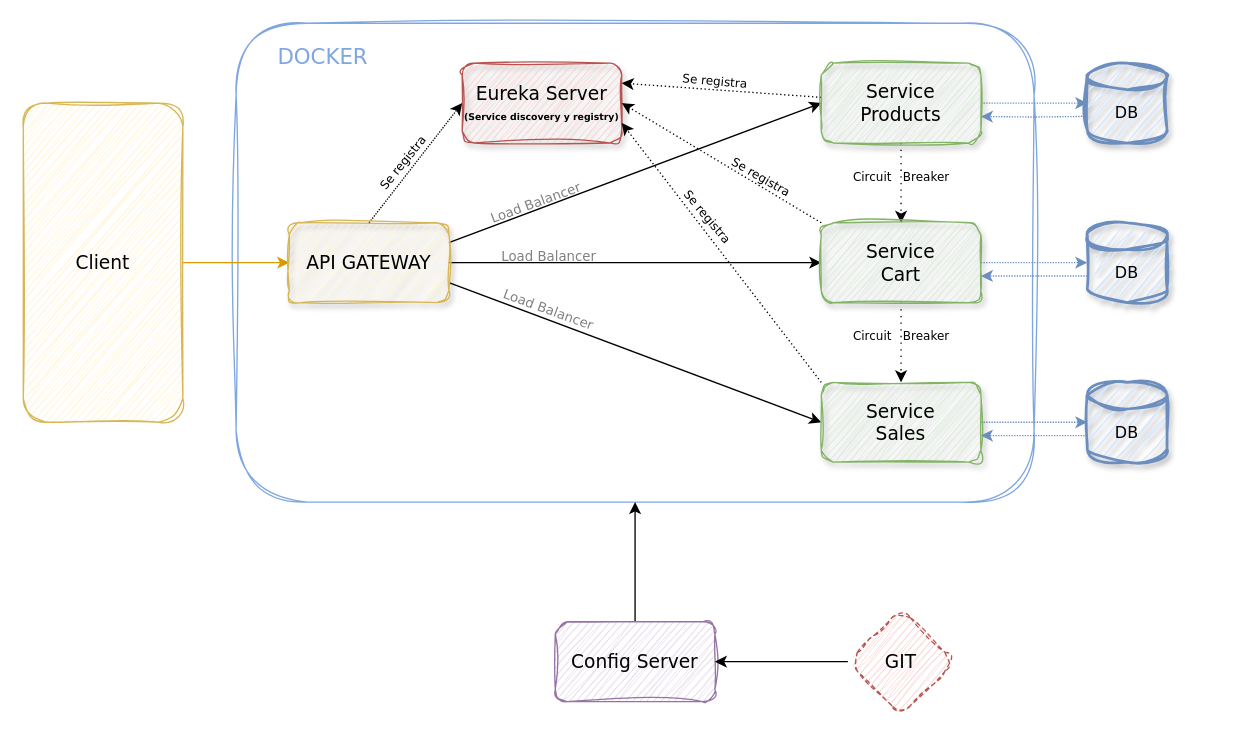
Mondati/API-Tienda-Electronica keeps this draw.io diagram as Diagrama.drawio. Above is the earlier version. Source tidied: cells renumbered, new cells numbered last; positions are measured from the earlier drawing's top-left corner, leaving out a move shared by most shapes. Both pictures are drawn from the tidied source at 133%, with x=0, y=0 at pixel (23, 23).
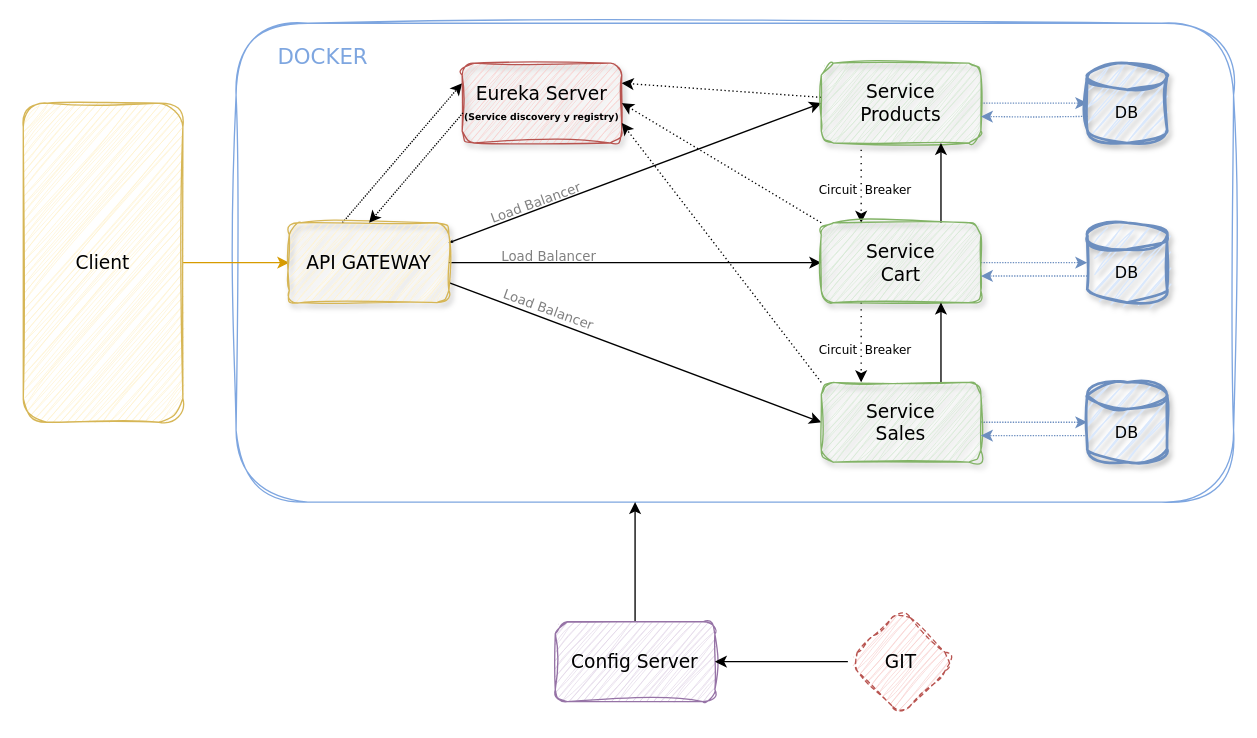
The same diagram, later.

Unchanged cells that the change refers to:
```xml
<mxCell id="9" value="&lt;font face=&quot;Verdana&quot; style=&quot;font-size: 14px;&quot;&gt;API GATEWAY&lt;/font&gt;" style="rounded=1;whiteSpace=wrap;html=1;fillColor=#fff2cc;strokeColor=#d6b656;shadow=1;sketch=1;curveFitting=1;jiggle=2;fillOpacity=100;" parent="1" vertex="1">
  <mxGeometry x="200" y="150" width="120" height="60" as="geometry" />
</mxCell>
<mxCell id="10" value="&lt;font face=&quot;Verdana&quot; style=&quot;&quot;&gt;&lt;span style=&quot;font-size: 14px;&quot;&gt;Eureka Server&lt;/span&gt;&lt;br&gt;&lt;font style=&quot;font-size: 7px;&quot;&gt;&lt;b&gt;(Service discovery y registry)&lt;/b&gt;&lt;/font&gt;&lt;br&gt;&lt;/font&gt;" style="rounded=1;whiteSpace=wrap;html=1;fillColor=#f8cecc;strokeColor=#b85450;shadow=1;sketch=1;curveFitting=1;jiggle=2;fillOpacity=100;" parent="1" vertex="1">
  <mxGeometry x="330" y="30" width="120" height="60" as="geometry" />
</mxCell>
<mxCell id="14" value="&lt;font face=&quot;Verdana&quot; style=&quot;font-size: 14px;&quot;&gt;Service&lt;br&gt;Products&lt;br&gt;&lt;/font&gt;" style="rounded=1;whiteSpace=wrap;html=1;fillColor=#d5e8d4;strokeColor=#82b366;shadow=1;sketch=1;curveFitting=1;jiggle=2;fillOpacity=100;" parent="1" vertex="1">
  <mxGeometry x="600" y="30" width="120" height="60" as="geometry" />
</mxCell>
<mxCell id="18" value="&lt;font face=&quot;Verdana&quot; style=&quot;font-size: 14px;&quot;&gt;Service&lt;br&gt;Cart&lt;br&gt;&lt;/font&gt;" style="rounded=1;whiteSpace=wrap;html=1;fillColor=#d5e8d4;strokeColor=#82b366;shadow=1;sketch=1;curveFitting=1;jiggle=2;fillOpacity=100;" parent="1" vertex="1">
  <mxGeometry x="600" y="150" width="120" height="60" as="geometry" />
</mxCell>
<mxCell id="21" value="&lt;font face=&quot;Verdana&quot; style=&quot;font-size: 14px;&quot;&gt;Service&lt;br&gt;Sales&lt;br&gt;&lt;/font&gt;" style="rounded=1;whiteSpace=wrap;html=1;fillColor=#d5e8d4;strokeColor=#82b366;shadow=1;sketch=1;curveFitting=1;jiggle=2;fillOpacity=100;" parent="1" vertex="1">
  <mxGeometry x="600" y="270" width="120" height="60" as="geometry" />
</mxCell>
```

The edit, as a diff of the source:
```diff
@@
     <mxCell id="2" style="rounded=1;whiteSpace=wrap;html=1;shadow=0;glass=0;strokeColor=#7EA6E0;align=center;verticalAlign=middle;fontFamily=Helvetica;fontSize=12;fontColor=default;startSize=0;fillColor=none;sketch=1;curveFitting=1;jiggle=2;fillOpacity=100;" parent="1" vertex="1">
-      <mxGeometry x="160" width="600" height="360" as="geometry" />
+      <mxGeometry x="160" width="750" height="360" as="geometry" />
     </mxCell>
@@
-    <mxCell id="6" style="rounded=1;jettySize=auto;html=1;exitX=1;exitY=0.25;exitDx=0;exitDy=0;entryX=0;entryY=0.5;entryDx=0;entryDy=0;fontFamily=Helvetica;fontSize=12;fontColor=default;startSize=0;fillOpacity=100;" parent="1" edge="1" source="9" target="14">
+    <mxCell id="6" style="rounded=1;jettySize=auto;html=1;entryX=0;entryY=0.5;entryDx=0;entryDy=0;fontFamily=Helvetica;fontSize=12;fontColor=default;startSize=0;fillOpacity=100;startArrow=classicThin;startFill=1;exitX=1;exitY=0.25;exitDx=0;exitDy=0;" parent="1" edge="1" source="9" target="14">
       <mxGeometry relative="1" as="geometry" />
     </mxCell>
@@
-    <mxCell id="8" style="rounded=0;jettySize=auto;html=1;exitX=0.5;exitY=0;exitDx=0;exitDy=0;entryX=0;entryY=0.5;entryDx=0;entryDy=0;fontFamily=Helvetica;fontSize=12;fontColor=default;startSize=0;dashed=1;dashPattern=1 1;" parent="1" edge="1" source="9" target="10">
+    <mxCell id="8" style="rounded=0;jettySize=auto;html=1;exitX=0.333;exitY=0;exitDx=0;exitDy=0;entryX=0;entryY=0.25;entryDx=0;entryDy=0;fontFamily=Helvetica;fontSize=12;fontColor=default;startSize=0;dashed=1;dashPattern=1 1;exitPerimeter=0;" parent="1" edge="1" source="9" target="10">
       <mxGeometry relative="1" as="geometry" />
     </mxCell>
@@
-    <mxCell id="13" style="edgeStyle=orthogonalEdgeStyle;rounded=0;jettySize=auto;html=1;entryX=0.5;entryY=0;entryDx=0;entryDy=0;fontFamily=Helvetica;fontSize=12;fontColor=default;startSize=0;dashed=1;dashPattern=1 4;" parent="1" edge="1" source="14" target="18">
+    <mxCell id="13" style="edgeStyle=orthogonalEdgeStyle;rounded=0;jettySize=auto;html=1;entryX=0.25;entryY=0;entryDx=0;entryDy=0;fontFamily=Helvetica;fontSize=12;fontColor=default;startSize=0;dashed=1;dashPattern=1 4;exitX=0.25;exitY=1;exitDx=0;exitDy=0;" parent="1" edge="1" source="14" target="18">
       <mxGeometry relative="1" as="geometry" />
     </mxCell>
@@
     <mxCell id="17" style="edgeStyle=orthogonalEdgeStyle;rounded=0;jettySize=auto;html=1;fontFamily=Helvetica;fontSize=12;fontColor=default;startSize=0;dashed=1;dashPattern=1 4;" parent="1" edge="1" source="18" target="21">
-      <mxGeometry relative="1" as="geometry" />
+      <mxGeometry relative="1" as="geometry">
+        <Array as="points">
+          <mxPoint x="630" y="240" />
+          <mxPoint x="630" y="240" />
+        </Array>
+      </mxGeometry>
     </mxCell>
+    <mxCell id="42" style="edgeStyle=orthogonalEdgeStyle;rounded=0;jettySize=auto;html=1;exitX=0.75;exitY=0;exitDx=0;exitDy=0;entryX=0.75;entryY=1;entryDx=0;entryDy=0;" parent="1" edge="1" source="18" target="14">
+      <mxGeometry relative="1" as="geometry" />
+    </mxCell>
@@
+    <mxCell id="43" style="edgeStyle=orthogonalEdgeStyle;rounded=0;jettySize=auto;html=1;exitX=0.75;exitY=0;exitDx=0;exitDy=0;entryX=0.75;entryY=1;entryDx=0;entryDy=0;" parent="1" edge="1" source="21" target="18">
+      <mxGeometry relative="1" as="geometry" />
+    </mxCell>
@@
-    <mxCell id="34" value="&lt;div style=&quot;&quot;&gt;&lt;span style=&quot;font-size: 9px; font-family: Verdana; background-color: initial;&quot;&gt;Circuit&amp;nbsp; &amp;nbsp;Breaker&lt;/span&gt;&lt;/div&gt;" style="text;html=1;align=center;verticalAlign=middle;strokeColor=none;fillColor=none;fontSize=12;fontFamily=Helvetica;fontColor=default;imageAspect=1;imageAlign=center;" parent="1" vertex="1">
-      <mxGeometry x="610" y="100" width="100" height="30" as="geometry" />
+    <mxCell id="34" value="&lt;div style=&quot;&quot;&gt;&lt;span style=&quot;font-size: 9px; font-family: Verdana; background-color: initial;&quot;&gt;&amp;nbsp; Circuit&amp;nbsp; Breaker&lt;/span&gt;&lt;/div&gt;" style="text;html=1;align=center;verticalAlign=middle;strokeColor=none;fillColor=none;fontSize=12;fontFamily=Helvetica;fontColor=default;imageAspect=1;imageAlign=center;" parent="1" vertex="1">
+      <mxGeometry x="580" y="110" width="100" height="30" as="geometry" />
     </mxCell>
-    <mxCell id="35" value="&lt;div style=&quot;&quot;&gt;&lt;span style=&quot;font-size: 9px; font-family: Verdana; background-color: initial;&quot;&gt;Circuit&amp;nbsp; &amp;nbsp;Breaker&lt;/span&gt;&lt;/div&gt;" style="text;html=1;align=center;verticalAlign=middle;strokeColor=none;fillColor=none;fontSize=12;fontFamily=Helvetica;fontColor=default;imageAspect=1;imageAlign=center;" parent="1" vertex="1">
-      <mxGeometry x="610" y="220" width="100" height="30" as="geometry" />
+    <mxCell id="35" value="&lt;div style=&quot;&quot;&gt;&lt;span style=&quot;font-size: 9px; font-family: Verdana; background-color: initial;&quot;&gt;&amp;nbsp; Circuit&amp;nbsp; Breaker&lt;/span&gt;&lt;/div&gt;" style="text;html=1;align=center;verticalAlign=middle;strokeColor=none;fillColor=none;fontSize=12;fontFamily=Helvetica;fontColor=default;imageAspect=1;imageAlign=center;" parent="1" vertex="1">
+      <mxGeometry x="580" y="230" width="100" height="30" as="geometry" />
     </mxCell>
@@
-    <mxCell id="38" value="&lt;font face=&quot;Verdana&quot; style=&quot;font-size: 9px;&quot;&gt;Se registra&lt;/font&gt;" style="text;html=1;align=center;verticalAlign=middle;strokeColor=none;fillColor=none;fontSize=12;fontFamily=Helvetica;fontColor=default;rotation=5;" parent="1" vertex="1">
-      <mxGeometry x="485" y="28" width="70" height="30" as="geometry" />
-    </mxCell>
-    <mxCell id="39" value="&lt;font face=&quot;Verdana&quot; style=&quot;font-size: 9px;&quot;&gt;Se registra&lt;/font&gt;" style="text;html=1;align=center;verticalAlign=middle;strokeColor=none;fillColor=none;fontSize=12;fontFamily=Helvetica;fontColor=default;rotation=30;" parent="1" vertex="1">
-      <mxGeometry x="520" y="100" width="70" height="30" as="geometry" />
-    </mxCell>
-    <mxCell id="40" value="&lt;font face=&quot;Verdana&quot; style=&quot;font-size: 9px;&quot;&gt;Se registra&lt;/font&gt;" style="text;html=1;align=center;verticalAlign=middle;strokeColor=none;fillColor=none;fontSize=12;fontFamily=Helvetica;fontColor=default;rotation=50;" parent="1" vertex="1">
-      <mxGeometry x="480" y="130" width="70" height="30" as="geometry" />
-    </mxCell>
-    <mxCell id="41" value="&lt;font face=&quot;Verdana&quot; style=&quot;font-size: 9px;&quot;&gt;Se registra&lt;/font&gt;" style="text;html=1;align=center;verticalAlign=middle;strokeColor=none;fillColor=none;fontSize=12;fontFamily=Helvetica;fontColor=default;rotation=-51;" parent="1" vertex="1">
-      <mxGeometry x="250" y="90" width="70" height="30" as="geometry" />
-    </mxCell>
+    <mxCell id="44" style="rounded=0;jettySize=auto;html=1;entryX=0.5;entryY=0;entryDx=0;entryDy=0;fontFamily=Helvetica;fontSize=12;fontColor=default;startSize=0;dashed=1;dashPattern=1 1;exitX=0.005;exitY=0.623;exitDx=0;exitDy=0;entryPerimeter=0;exitPerimeter=0;" parent="1" edge="1" source="10" target="9">
+      <mxGeometry relative="1" as="geometry" />
+    </mxCell>
```
